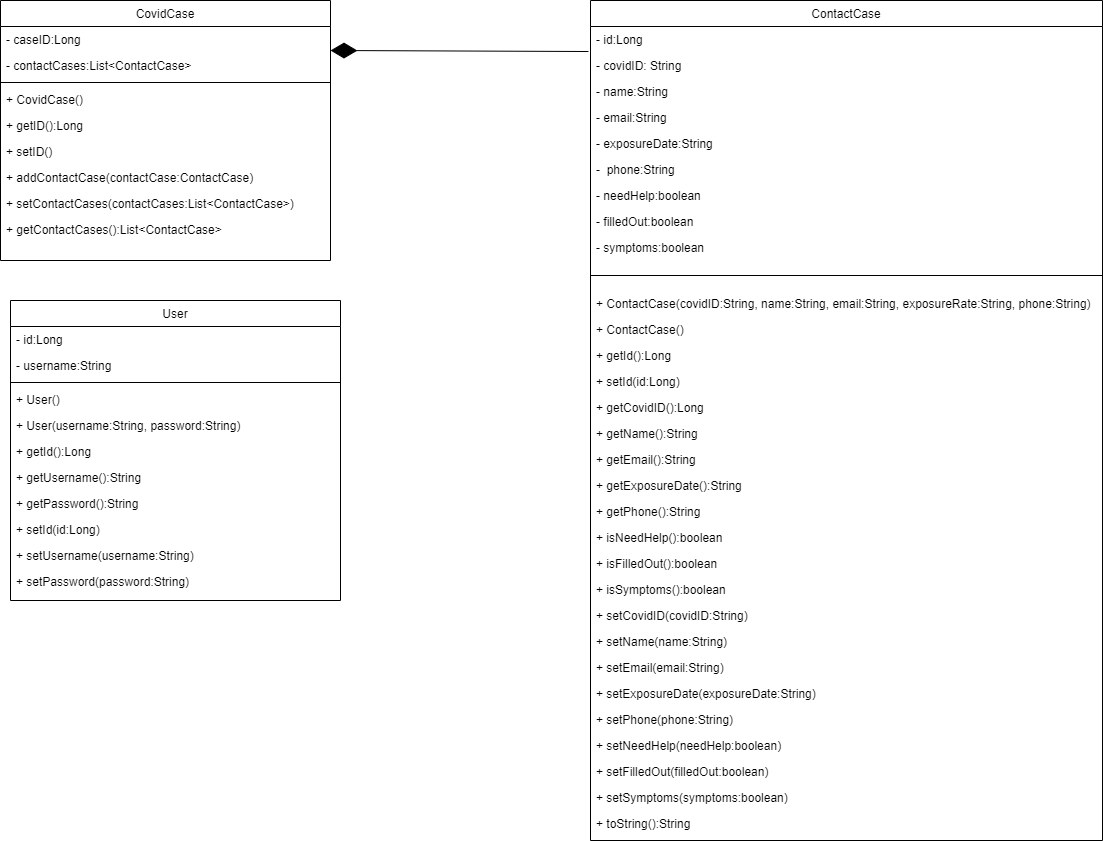
Above: Diagrams/UML_Diagram.png in omarimran2000/COVID-Contact-Tracing (draw.io), before the change. Source tidied: cells renumbered, new cells last; positions are measured from the earlier drawing's top-left corner, leaving out a move shared by most shapes.
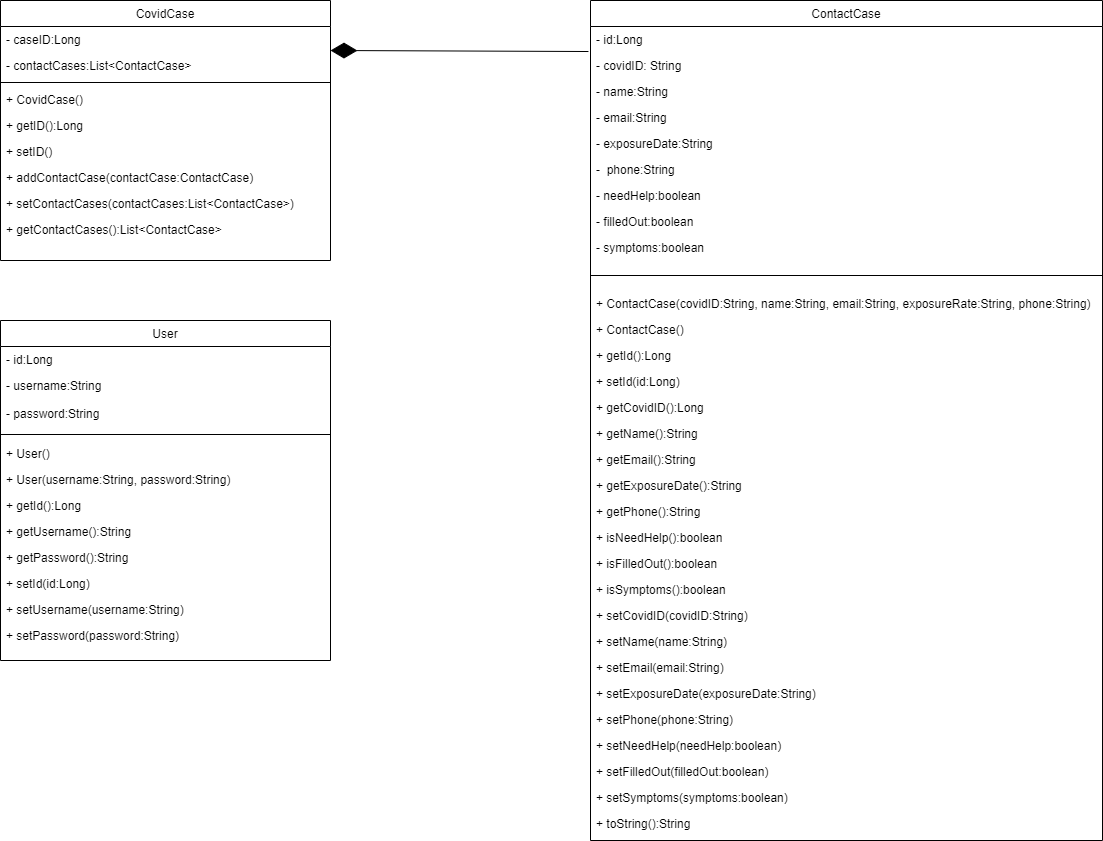
The same diagram one commit later.

Commit message:
Updated UML class diagram

Diff of the diagram source:
```diff
@@ -134,40 +134,43 @@
       </mxGeometry>
     </mxCell>
     <mxCell id="45" value="User" style="swimlane;fontStyle=0;align=center;verticalAlign=top;horizontal=1;startSize=26;rounded=0;shadow=0;strokeWidth=1;" parent="1" vertex="1">
-      <mxGeometry x="10" y="300" width="330" height="300" as="geometry" />
+      <mxGeometry y="320" width="330" height="340" as="geometry" />
     </mxCell>
     <mxCell id="46" value="- id:Long" style="text;align=left;verticalAlign=top;spacingLeft=4;spacingRight=4;overflow=hidden;" parent="45" vertex="1">
       <mxGeometry y="26" width="330" height="26" as="geometry" />
     </mxCell>
     <mxCell id="47" value="- username:String" style="text;align=left;verticalAlign=top;spacingLeft=4;spacingRight=4;overflow=hidden;rounded=0;shadow=0;html=0;" parent="45" vertex="1">
-      <mxGeometry y="52" width="330" height="26" as="geometry" />
+      <mxGeometry y="52" width="330" height="28" as="geometry" />
     </mxCell>
+    <mxCell id="57" value="- password:String" style="text;align=left;verticalAlign=top;spacingLeft=4;spacingRight=4;overflow=hidden;rounded=0;shadow=0;html=0;" parent="45" vertex="1">
+      <mxGeometry y="80" width="330" height="28" as="geometry" />
+    </mxCell>
     <mxCell id="48" style="line;html=1;strokeWidth=1;align=left;verticalAlign=middle;spacingTop=-1;spacingLeft=3;spacingRight=3;labelPosition=right;" parent="45" vertex="1">
-      <mxGeometry y="78" width="330" height="8" as="geometry" />
+      <mxGeometry y="108" width="330" height="12" as="geometry" />
     </mxCell>
     <mxCell id="49" value="+ User()" style="text;align=left;verticalAlign=top;spacingLeft=4;spacingRight=4;overflow=hidden;" parent="45" vertex="1">
-      <mxGeometry y="86" width="330" height="26" as="geometry" />
+      <mxGeometry y="120" width="330" height="26" as="geometry" />
     </mxCell>
     <mxCell id="50" value="+ User(username:String, password:String)" style="text;align=left;verticalAlign=top;spacingLeft=4;spacingRight=4;overflow=hidden;" parent="45" vertex="1">
-      <mxGeometry y="112" width="330" height="26" as="geometry" />
+      <mxGeometry y="146" width="330" height="26" as="geometry" />
     </mxCell>
     <mxCell id="51" value="+ getId():Long" style="text;align=left;verticalAlign=top;spacingLeft=4;spacingRight=4;overflow=hidden;" parent="45" vertex="1">
-      <mxGeometry y="138" width="330" height="26" as="geometry" />
+      <mxGeometry y="172" width="330" height="26" as="geometry" />
     </mxCell>
     <mxCell id="52" value="+ getUsername():String" style="text;align=left;verticalAlign=top;spacingLeft=4;spacingRight=4;overflow=hidden;" parent="45" vertex="1">
-      <mxGeometry y="164" width="330" height="26" as="geometry" />
+      <mxGeometry y="198" width="330" height="26" as="geometry" />
     </mxCell>
     <mxCell id="53" value="+ getPassword():String" style="text;align=left;verticalAlign=top;spacingLeft=4;spacingRight=4;overflow=hidden;" parent="45" vertex="1">
-      <mxGeometry y="190" width="330" height="26" as="geometry" />
+      <mxGeometry y="224" width="330" height="26" as="geometry" />
     </mxCell>
     <mxCell id="54" value="+ setId(id:Long)&#10;" style="text;align=left;verticalAlign=top;spacingLeft=4;spacingRight=4;overflow=hidden;" parent="45" vertex="1">
-      <mxGeometry y="216" width="330" height="26" as="geometry" />
+      <mxGeometry y="250" width="330" height="26" as="geometry" />
     </mxCell>
     <mxCell id="55" value="+ setUsername(username:String)" style="text;align=left;verticalAlign=top;spacingLeft=4;spacingRight=4;overflow=hidden;" parent="45" vertex="1">
-      <mxGeometry y="242" width="330" height="26" as="geometry" />
+      <mxGeometry y="276" width="330" height="26" as="geometry" />
     </mxCell>
     <mxCell id="56" value="+ setPassword(password:String)" style="text;align=left;verticalAlign=top;spacingLeft=4;spacingRight=4;overflow=hidden;" parent="45" vertex="1">
-      <mxGeometry y="268" width="330" height="26" as="geometry" />
+      <mxGeometry y="302" width="330" height="26" as="geometry" />
     </mxCell>
   </root>
 </mxGraphModel>
```
